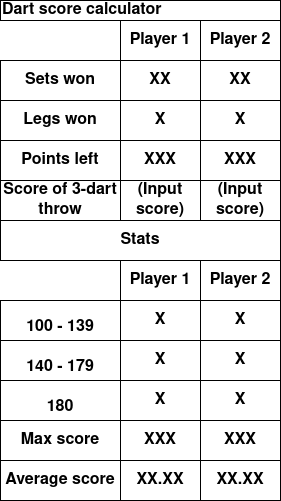
Before: img/score_calculator_GUI_sketch.png, a diagram exported from draw.io (KostasEreksonas/Dart_scoreboard). Source tidied: cells renumbered, new cells last; positions are measured from the earlier drawing's top-left corner, leaving out a move shared by most shapes.
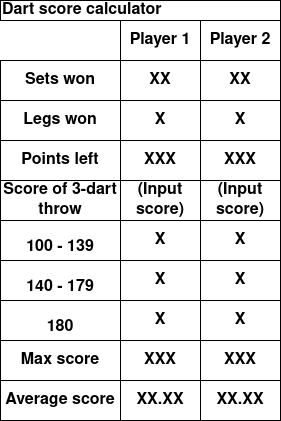
After the commit.

Commit message:
Updated sketch of a scoreboard's GUI and uploaded an image file

What changed in the source:
```diff
@@ -47,59 +47,50 @@
     <mxCell id="16" value="&lt;font style=&quot;font-size: 16px&quot;&gt;&lt;b&gt;XXX&lt;/b&gt;&lt;/font&gt;" style="rounded=0;whiteSpace=wrap;html=1;" parent="1" vertex="1">
       <mxGeometry x="120" y="140" width="80" height="40" as="geometry" />
     </mxCell>
-    <mxCell id="17" value="&lt;b&gt;&lt;font style=&quot;font-size: 16px&quot;&gt;Player 1&lt;/font&gt;&lt;/b&gt;" style="rounded=0;whiteSpace=wrap;html=1;" parent="1" vertex="1">
-      <mxGeometry x="120" y="260" width="80" height="40" as="geometry" />
-    </mxCell>
-    <mxCell id="18" value="&lt;b&gt;&lt;font style=&quot;font-size: 16px&quot;&gt;Player 2&lt;br&gt;&lt;/font&gt;&lt;/b&gt;" style="rounded=0;whiteSpace=wrap;html=1;" parent="1" vertex="1">
-      <mxGeometry x="200" y="260" width="80" height="40" as="geometry" />
-    </mxCell>
     <mxCell id="19" value="&lt;br&gt;&lt;b&gt;&lt;font style=&quot;font-size: 16px&quot;&gt;100 - 139&lt;br&gt;&lt;/font&gt;&lt;/b&gt;" style="rounded=0;whiteSpace=wrap;html=1;" parent="1" vertex="1">
-      <mxGeometry y="300" width="120" height="40" as="geometry" />
+      <mxGeometry y="220" width="120" height="40" as="geometry" />
     </mxCell>
     <mxCell id="20" value="&lt;br&gt;&lt;b&gt;&lt;font style=&quot;font-size: 16px&quot;&gt;140 - 179&lt;br&gt;&lt;/font&gt;&lt;/b&gt;" style="rounded=0;whiteSpace=wrap;html=1;" parent="1" vertex="1">
-      <mxGeometry y="340" width="120" height="40" as="geometry" />
+      <mxGeometry y="260" width="120" height="40" as="geometry" />
     </mxCell>
     <mxCell id="21" value="&lt;br&gt;&lt;b&gt;&lt;font style=&quot;font-size: 16px&quot;&gt;180&lt;/font&gt;&lt;/b&gt;" style="rounded=0;whiteSpace=wrap;html=1;" parent="1" vertex="1">
-      <mxGeometry y="380" width="120" height="40" as="geometry" />
+      <mxGeometry y="300" width="120" height="40" as="geometry" />
     </mxCell>
     <mxCell id="22" value="&lt;font style=&quot;font-size: 16px&quot;&gt;&lt;b&gt;X&lt;/b&gt;&lt;/font&gt;" style="rounded=0;whiteSpace=wrap;html=1;" parent="1" vertex="1">
-      <mxGeometry x="120" y="300" width="80" height="40" as="geometry" />
+      <mxGeometry x="120" y="220" width="80" height="40" as="geometry" />
     </mxCell>
     <mxCell id="23" value="&lt;font style=&quot;font-size: 16px&quot;&gt;&lt;b&gt;X&lt;/b&gt;&lt;/font&gt;" style="rounded=0;whiteSpace=wrap;html=1;" parent="1" vertex="1">
-      <mxGeometry x="200" y="300" width="80" height="40" as="geometry" />
+      <mxGeometry x="200" y="220" width="80" height="40" as="geometry" />
     </mxCell>
     <mxCell id="24" value="&lt;font style=&quot;font-size: 16px&quot;&gt;&lt;b&gt;X&lt;/b&gt;&lt;/font&gt;" style="rounded=0;whiteSpace=wrap;html=1;" parent="1" vertex="1">
-      <mxGeometry x="120" y="340" width="80" height="40" as="geometry" />
+      <mxGeometry x="120" y="260" width="80" height="40" as="geometry" />
     </mxCell>
     <mxCell id="25" value="&lt;font style=&quot;font-size: 16px&quot;&gt;&lt;b&gt;X&lt;/b&gt;&lt;/font&gt;" style="rounded=0;whiteSpace=wrap;html=1;" parent="1" vertex="1">
-      <mxGeometry x="200" y="340" width="80" height="40" as="geometry" />
+      <mxGeometry x="200" y="260" width="80" height="40" as="geometry" />
     </mxCell>
     <mxCell id="26" value="&lt;font style=&quot;font-size: 16px&quot;&gt;&lt;b&gt;X&lt;/b&gt;&lt;/font&gt;" style="rounded=0;whiteSpace=wrap;html=1;" parent="1" vertex="1">
-      <mxGeometry x="120" y="380" width="80" height="40" as="geometry" />
+      <mxGeometry x="120" y="300" width="80" height="40" as="geometry" />
     </mxCell>
     <mxCell id="27" value="&lt;font style=&quot;font-size: 16px&quot;&gt;&lt;b&gt;X&lt;/b&gt;&lt;/font&gt;" style="rounded=0;whiteSpace=wrap;html=1;" parent="1" vertex="1">
-      <mxGeometry x="200" y="380" width="80" height="40" as="geometry" />
+      <mxGeometry x="200" y="300" width="80" height="40" as="geometry" />
     </mxCell>
-    <mxCell id="28" value="&lt;font style=&quot;font-size: 16px&quot;&gt;&lt;b&gt;Stats&lt;/b&gt;&lt;/font&gt;" style="rounded=0;whiteSpace=wrap;html=1;" parent="1" vertex="1">
-      <mxGeometry y="220" width="280" height="40" as="geometry" />
-    </mxCell>
     <mxCell id="29" value="&lt;font style=&quot;font-size: 16px&quot;&gt;&lt;b&gt;Max score&lt;br&gt;&lt;/b&gt;&lt;/font&gt;" style="rounded=0;whiteSpace=wrap;html=1;" parent="1" vertex="1">
-      <mxGeometry y="420" width="120" height="40" as="geometry" />
+      <mxGeometry y="340" width="120" height="40" as="geometry" />
     </mxCell>
     <mxCell id="30" value="&lt;font style=&quot;font-size: 16px&quot;&gt;&lt;b&gt;Average score&lt;br&gt;&lt;/b&gt;&lt;/font&gt;" style="rounded=0;whiteSpace=wrap;html=1;" parent="1" vertex="1">
-      <mxGeometry y="460" width="120" height="40" as="geometry" />
+      <mxGeometry y="380" width="120" height="40" as="geometry" />
     </mxCell>
     <mxCell id="31" value="&lt;font style=&quot;font-size: 16px&quot;&gt;&lt;b&gt;X&lt;/b&gt;&lt;/font&gt;&lt;font size=&quot;1&quot;&gt;&lt;b style=&quot;font-size: 16px&quot;&gt;XX&lt;/b&gt;&lt;/font&gt;" style="rounded=0;whiteSpace=wrap;html=1;" parent="1" vertex="1">
-      <mxGeometry x="120" y="420" width="80" height="40" as="geometry" />
+      <mxGeometry x="120" y="340" width="80" height="40" as="geometry" />
     </mxCell>
     <mxCell id="32" value="&lt;font style=&quot;font-size: 16px&quot;&gt;&lt;b&gt;X&lt;/b&gt;&lt;/font&gt;&lt;font size=&quot;1&quot;&gt;&lt;b style=&quot;font-size: 16px&quot;&gt;XX&lt;/b&gt;&lt;/font&gt;" style="rounded=0;whiteSpace=wrap;html=1;" parent="1" vertex="1">
-      <mxGeometry x="200" y="420" width="80" height="40" as="geometry" />
+      <mxGeometry x="200" y="340" width="80" height="40" as="geometry" />
     </mxCell>
     <mxCell id="33" value="&lt;font style=&quot;font-size: 16px&quot;&gt;&lt;b&gt;XX.XX&lt;/b&gt;&lt;/font&gt;" style="rounded=0;whiteSpace=wrap;html=1;" parent="1" vertex="1">
-      <mxGeometry x="120" y="460" width="80" height="40" as="geometry" />
+      <mxGeometry x="120" y="380" width="80" height="40" as="geometry" />
     </mxCell>
     <mxCell id="34" value="&lt;font style=&quot;font-size: 16px&quot;&gt;&lt;b&gt;XX.XX&lt;/b&gt;&lt;/font&gt;" style="rounded=0;whiteSpace=wrap;html=1;" parent="1" vertex="1">
-      <mxGeometry x="200" y="460" width="80" height="40" as="geometry" />
+      <mxGeometry x="200" y="380" width="80" height="40" as="geometry" />
     </mxCell>
   </root>
 </mxGraphModel>
```
